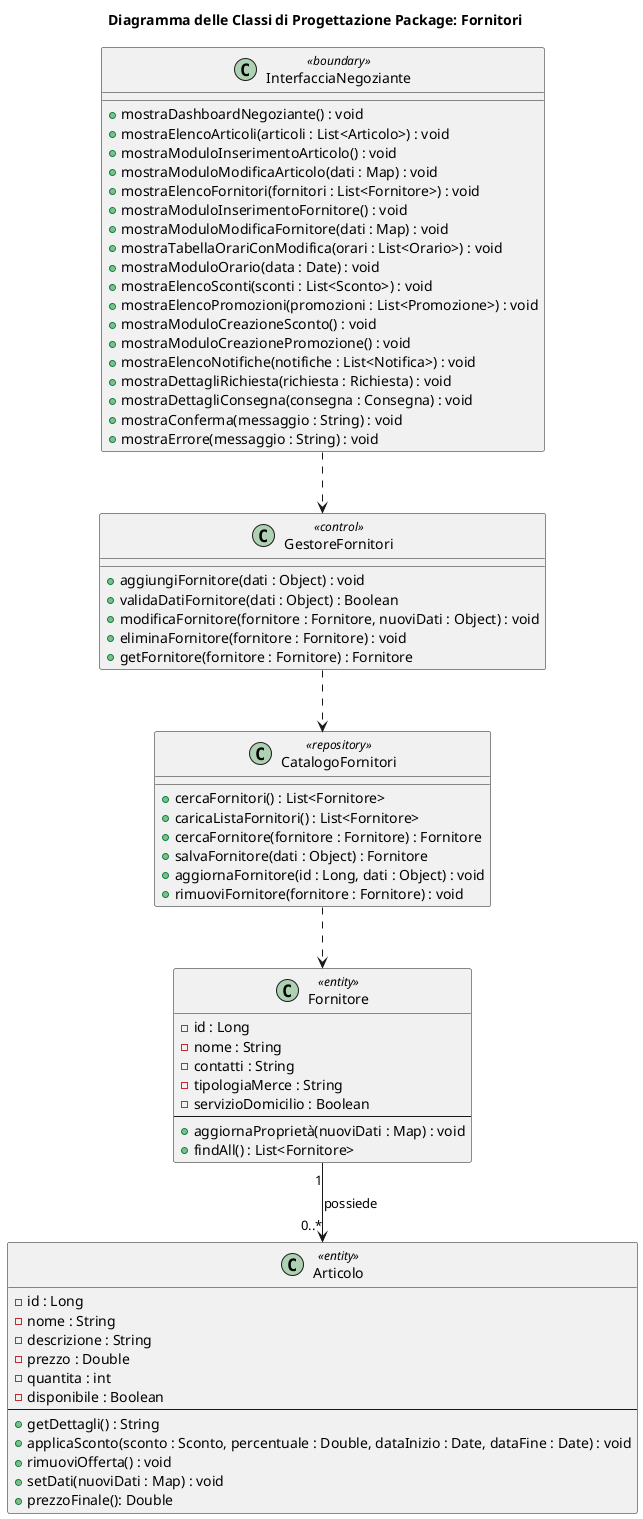
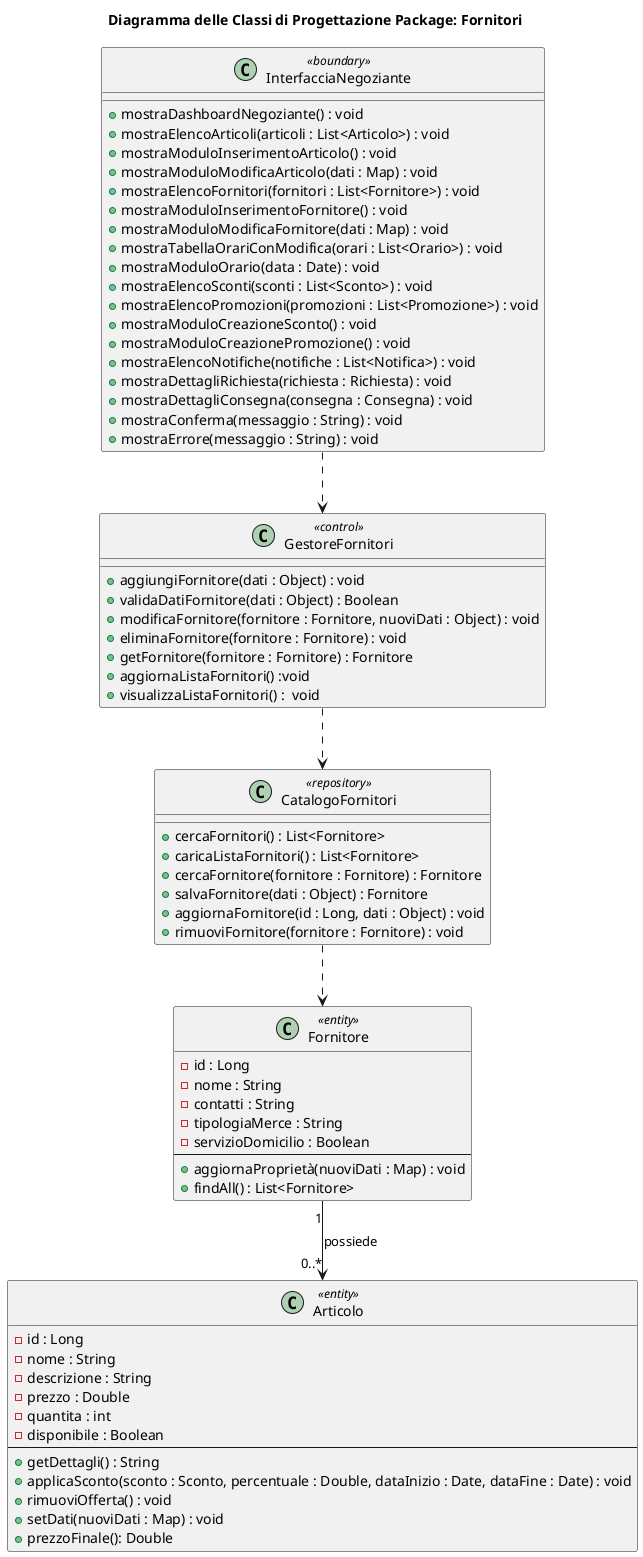
@startuml
title Diagramma delle Classi di Progettazione Package: Fornitori


interface InterfacciaNegoziante <<boundary>>
class GestoreFornitori <<control>>
class CatalogoFornitori <<repository>>
class Articolo <<entity>>

class "InterfacciaNegoziante" <<boundary>> {
    ' Dashboard
    + mostraDashboardNegoziante() : void
    ' Gestione Catalogo
    + mostraElencoArticoli(articoli : List<Articolo>) : void
    + mostraModuloInserimentoArticolo() : void
    + mostraModuloModificaArticolo(dati : Map) : void
    ' Gestione Fornitori
    + mostraElencoFornitori(fornitori : List<Fornitore>) : void
    + mostraModuloInserimentoFornitore() : void
    + mostraModuloModificaFornitore(dati : Map) : void
    ' Gestione Orari
    + mostraTabellaOrariConModifica(orari : List<Orario>) : void
    + mostraModuloOrario(data : Date) : void
    ' Gestione Offerte
    + mostraElencoSconti(sconti : List<Sconto>) : void
    + mostraElencoPromozioni(promozioni : List<Promozione>) : void
    + mostraModuloCreazioneSconto() : void
    + mostraModuloCreazionePromozione() : void
    ' Gestione Notifiche
    + mostraElencoNotifiche(notifiche : List<Notifica>) : void
    + mostraDettagliRichiesta(richiesta : Richiesta) : void
    + mostraDettagliConsegna(consegna : Consegna) : void
    ' Messaggi comuni
    + mostraConferma(messaggio : String) : void
    + mostraErrore(messaggio : String) : void
}
class Articolo <<entity>> {
    - id : Long
    - nome : String
    - descrizione : String
    - prezzo : Double
    - quantita : int
    - disponibile : Boolean
    --
    + getDettagli() : String
    + applicaSconto(sconto : Sconto, percentuale : Double, dataInizio : Date, dataFine : Date) : void
    + rimuoviOfferta() : void
    + setDati(nuoviDati : Map) : void
    + prezzoFinale(): Double
}
class Fornitore <<entity>> {
    - id : Long
    - nome : String
    - contatti : String
    - tipologiaMerce : String
    - servizioDomicilio : Boolean
    --
    + aggiornaProprietà(nuoviDati : Map) : void
    + findAll() : List<Fornitore>
}
class CatalogoFornitori <<repository>> {
    + cercaFornitori() : List<Fornitore>
    + caricaListaFornitori() : List<Fornitore>
    + cercaFornitore(fornitore : Fornitore) : Fornitore
    + salvaFornitore(dati : Object) : Fornitore
    + aggiornaFornitore(id : Long, dati : Object) : void
    + rimuoviFornitore(fornitore : Fornitore) : void
}
class GestoreFornitori <<control>> {
    + aggiungiFornitore(dati : Object) : void
    + validaDatiFornitore(dati : Object) : Boolean
    + modificaFornitore(fornitore : Fornitore, nuoviDati : Object) : void
    + eliminaFornitore(fornitore : Fornitore) : void
    + getFornitore(fornitore : Fornitore) : Fornitore
+     + aggiornaListaFornitori() :void
+     + visualizzaListaFornitori() :  void
}

InterfacciaNegoziante ..> GestoreFornitori
GestoreFornitori ..> CatalogoFornitori
CatalogoFornitori ..> Fornitore
Fornitore "1" --> "0..*" Articolo :possiede
@enduml